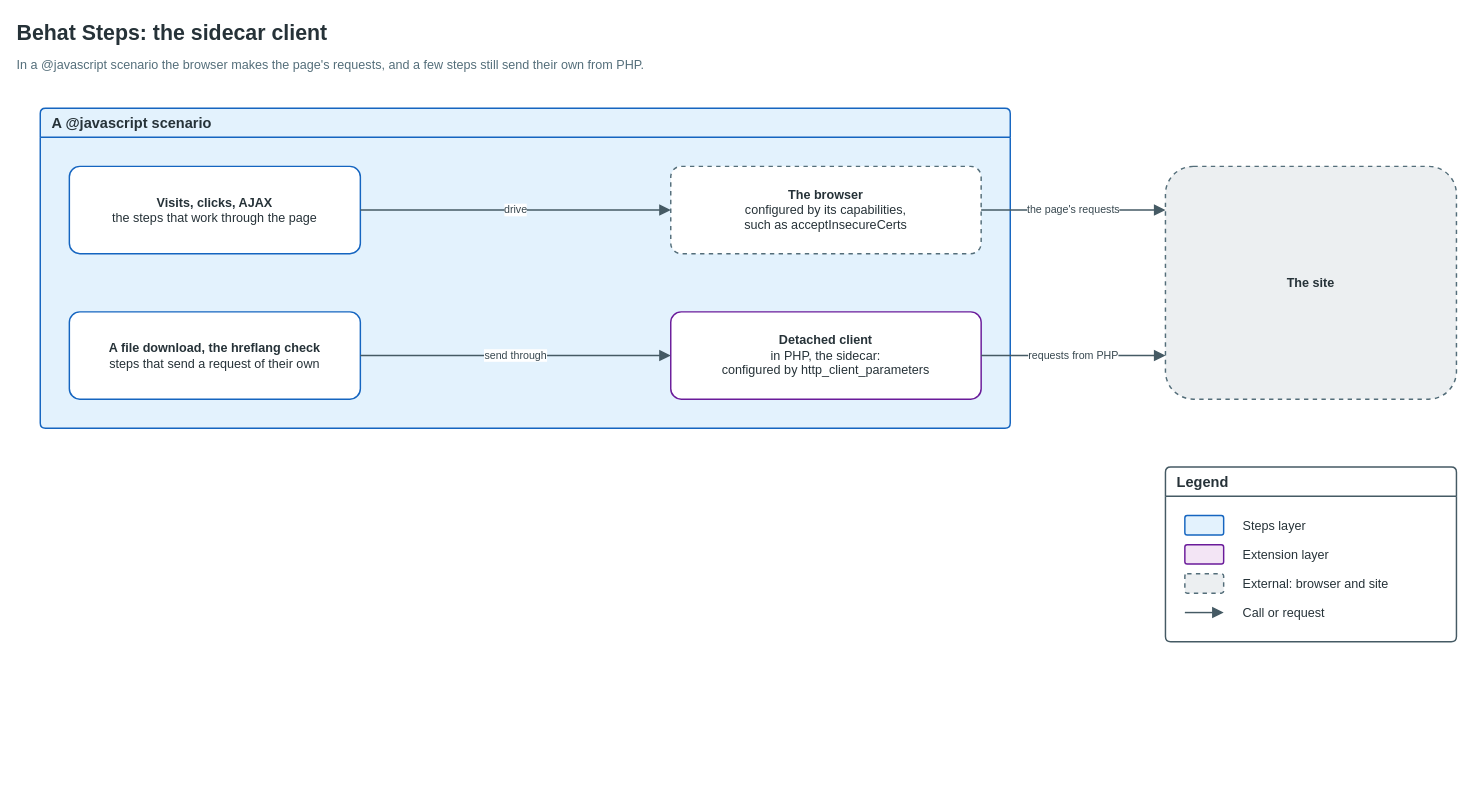
Earlier version of the draw.io diagram docs/content/guides/http-client-sidecar.drawio (drevops/behat-steps). Source tidied: cells renumbered, new cells numbered last; positions are measured from the earlier drawing's top-left corner, leaving out a move shared by most shapes. Both pictures are drawn from the tidied source at 97%, with x=0, y=0 at pixel (16, 16).
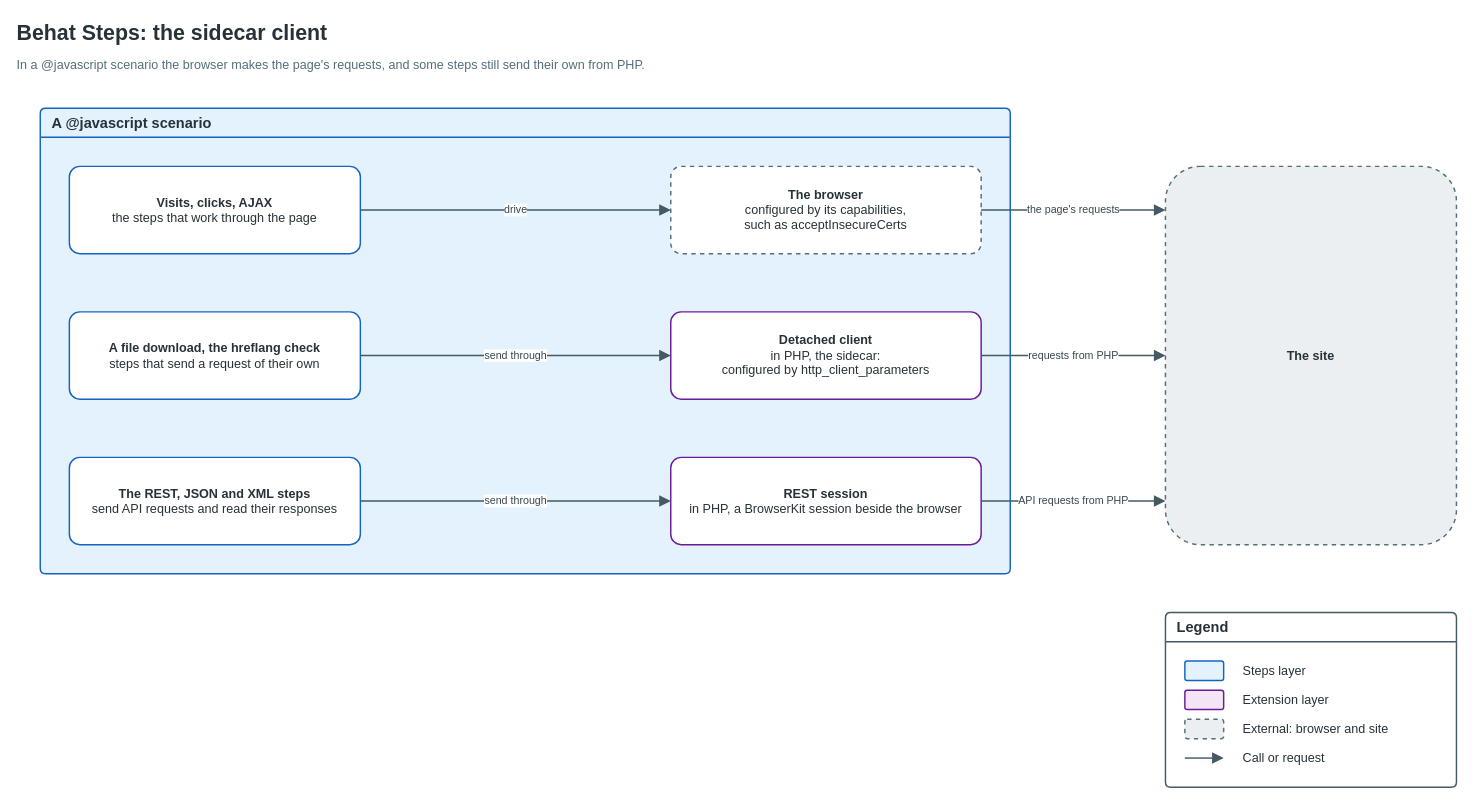
Above is the later version.

The change refers to these unchanged cells:
```xml
<mxCell id="6" value="&lt;b&gt;The browser&lt;/b&gt;&lt;br&gt;configured by its capabilities,&lt;br&gt;such as acceptInsecureCerts" style="rounded=1;arcSize=12;whiteSpace=wrap;html=1;strokeWidth=1.5;fontFamily=Helvetica;fontSize=13;fontColor=#263238;spacing=8;fillColor=#ffffff;strokeColor=#546E7A;dashed=1;" parent="4" vertex="1">
  <mxGeometry x="650" y="60" width="320" height="90" as="geometry" />
</mxCell>
<mxCell id="8" value="&lt;b&gt;Detached client&lt;/b&gt;&lt;br&gt;in PHP, the sidecar:&lt;br&gt;configured by http_client_parameters" style="rounded=1;arcSize=12;whiteSpace=wrap;html=1;strokeWidth=1.5;fontFamily=Helvetica;fontSize=13;fontColor=#263238;spacing=8;fillColor=#ffffff;strokeColor=#6A1B9A;" parent="4" vertex="1">
  <mxGeometry x="650" y="210" width="320" height="90" as="geometry" />
</mxCell>
```

Diff of the diagram source:
```diff
@@
-    <mxCell id="3" value="In a @javascript scenario the browser makes the page's requests, and a few steps still send their own from PHP." style="text;html=1;whiteSpace=nowrap;align=left;verticalAlign=middle;spacing=0;fontFamily=Helvetica;strokeColor=none;fillColor=none;fontSize=13;fontColor=#546E7A;" parent="1" vertex="1">
+    <mxCell id="3" value="In a @javascript scenario the browser makes the page's requests, and some steps still send their own from PHP." style="text;html=1;whiteSpace=nowrap;align=left;verticalAlign=middle;spacing=0;fontFamily=Helvetica;strokeColor=none;fillColor=none;fontSize=13;fontColor=#546E7A;" parent="1" vertex="1">
       <mxGeometry y="38" width="1300" height="22" as="geometry" />
     </mxCell>
     <mxCell id="4" value="A @javascript scenario" style="swimlane;startSize=30;rounded=1;arcSize=6;html=1;whiteSpace=wrap;fontFamily=Helvetica;fontSize=15;fontStyle=1;fontColor=#263238;align=left;spacingLeft=10;strokeWidth=1.5;fillColor=#E3F2FD;swimlaneFillColor=#E3F2FD;strokeColor=#1565C0;" parent="1" vertex="1">
-      <mxGeometry x="24" y="94" width="1000" height="330" as="geometry" />
+      <mxGeometry x="24" y="94" width="1000" height="480" as="geometry" />
     </mxCell>
@@
+    <mxCell id="23" value="&lt;b&gt;The REST, JSON and XML steps&lt;/b&gt;&lt;br&gt;send API requests and read their responses" style="rounded=1;arcSize=12;whiteSpace=wrap;html=1;strokeWidth=1.5;fontFamily=Helvetica;fontSize=13;fontColor=#263238;spacing=8;fillColor=#ffffff;strokeColor=#1565C0;" parent="4" vertex="1">
+      <mxGeometry x="30" y="360" width="300" height="90" as="geometry" />
+    </mxCell>
+    <mxCell id="24" value="&lt;b&gt;REST session&lt;/b&gt;&lt;br&gt;in PHP, a BrowserKit session beside the browser" style="rounded=1;arcSize=12;whiteSpace=wrap;html=1;strokeWidth=1.5;fontFamily=Helvetica;fontSize=13;fontColor=#263238;spacing=8;fillColor=#ffffff;strokeColor=#6A1B9A;" parent="4" vertex="1">
+      <mxGeometry x="650" y="360" width="320" height="90" as="geometry" />
+    </mxCell>
     <mxCell id="9" value="&lt;b&gt;The site&lt;/b&gt;" style="rounded=1;arcSize=12;whiteSpace=wrap;html=1;strokeWidth=1.5;fontFamily=Helvetica;fontSize=13;fontColor=#263238;spacing=8;fillColor=#ECEFF1;strokeColor=#546E7A;dashed=1;" parent="1" vertex="1">
-      <mxGeometry x="1184" y="154" width="300" height="240" as="geometry" />
+      <mxGeometry x="1184" y="154" width="300" height="390" as="geometry" />
     </mxCell>
     <mxCell id="10" value="Legend" style="swimlane;startSize=30;rounded=1;arcSize=6;html=1;whiteSpace=wrap;fontFamily=Helvetica;fontSize=15;fontStyle=1;fontColor=#263238;align=left;spacingLeft=10;strokeWidth=1.5;fillColor=#FFFFFF;swimlaneFillColor=#FFFFFF;strokeColor=#455A64;" parent="1" vertex="1">
-      <mxGeometry x="1184" y="464" width="300" height="180" as="geometry" />
+      <mxGeometry x="1184" y="614" width="300" height="180" as="geometry" />
     </mxCell>
@@
-    <mxCell id="20" value="the page's requests" style="edgeStyle=orthogonalEdgeStyle;rounded=1;jettySize=auto;fontFamily=Helvetica;fontSize=11;fontColor=#37474F;labelBackgroundColor=#ffffff;html=1;strokeColor=#455A64;strokeWidth=1.5;endArrow=block;endFill=1;endSize=8;exitX=1;exitY=0.5;exitDx=0;exitDy=0;entryX=0;entryY=0.1875;entryDx=0;entryDy=0;" parent="1" edge="1" source="6" target="9">
+    <mxCell id="20" value="the page's requests" style="edgeStyle=orthogonalEdgeStyle;rounded=1;jettySize=auto;fontFamily=Helvetica;fontSize=11;fontColor=#37474F;labelBackgroundColor=#ffffff;html=1;strokeColor=#455A64;strokeWidth=1.5;endArrow=block;endFill=1;endSize=8;exitX=1;exitY=0.5;exitDx=0;exitDy=0;entryX=0;entryY=0.1154;entryDx=0;entryDy=0;" parent="1" edge="1" source="6" target="9">
       <mxGeometry relative="1" as="geometry" />
     </mxCell>
@@
-    <mxCell id="22" value="requests from PHP" style="edgeStyle=orthogonalEdgeStyle;rounded=1;jettySize=auto;fontFamily=Helvetica;fontSize=11;fontColor=#37474F;labelBackgroundColor=#ffffff;html=1;strokeColor=#455A64;strokeWidth=1.5;endArrow=block;endFill=1;endSize=8;exitX=1;exitY=0.5;exitDx=0;exitDy=0;entryX=0;entryY=0.8125;entryDx=0;entryDy=0;" parent="1" edge="1" source="8" target="9">
+    <mxCell id="22" value="requests from PHP" style="edgeStyle=orthogonalEdgeStyle;rounded=1;jettySize=auto;fontFamily=Helvetica;fontSize=11;fontColor=#37474F;labelBackgroundColor=#ffffff;html=1;strokeColor=#455A64;strokeWidth=1.5;endArrow=block;endFill=1;endSize=8;exitX=1;exitY=0.5;exitDx=0;exitDy=0;entryX=0;entryY=0.5;entryDx=0;entryDy=0;" parent="1" edge="1" source="8" target="9">
       <mxGeometry relative="1" as="geometry" />
     </mxCell>
+    <mxCell id="25" value="send through" style="edgeStyle=orthogonalEdgeStyle;rounded=1;jettySize=auto;fontFamily=Helvetica;fontSize=11;fontColor=#37474F;labelBackgroundColor=#ffffff;html=1;strokeColor=#455A64;strokeWidth=1.5;endArrow=block;endFill=1;endSize=8;exitX=1;exitY=0.5;exitDx=0;exitDy=0;entryX=0;entryY=0.5;entryDx=0;entryDy=0;" parent="1" edge="1" source="23" target="24">
+      <mxGeometry relative="1" as="geometry" />
+    </mxCell>
+    <mxCell id="26" value="API requests from PHP" style="edgeStyle=orthogonalEdgeStyle;rounded=1;jettySize=auto;fontFamily=Helvetica;fontSize=11;fontColor=#37474F;labelBackgroundColor=#ffffff;html=1;strokeColor=#455A64;strokeWidth=1.5;endArrow=block;endFill=1;endSize=8;exitX=1;exitY=0.5;exitDx=0;exitDy=0;entryX=0;entryY=0.8846;entryDx=0;entryDy=0;" parent="1" edge="1" source="24" target="9">
+      <mxGeometry relative="1" as="geometry" />
+    </mxCell>
```
